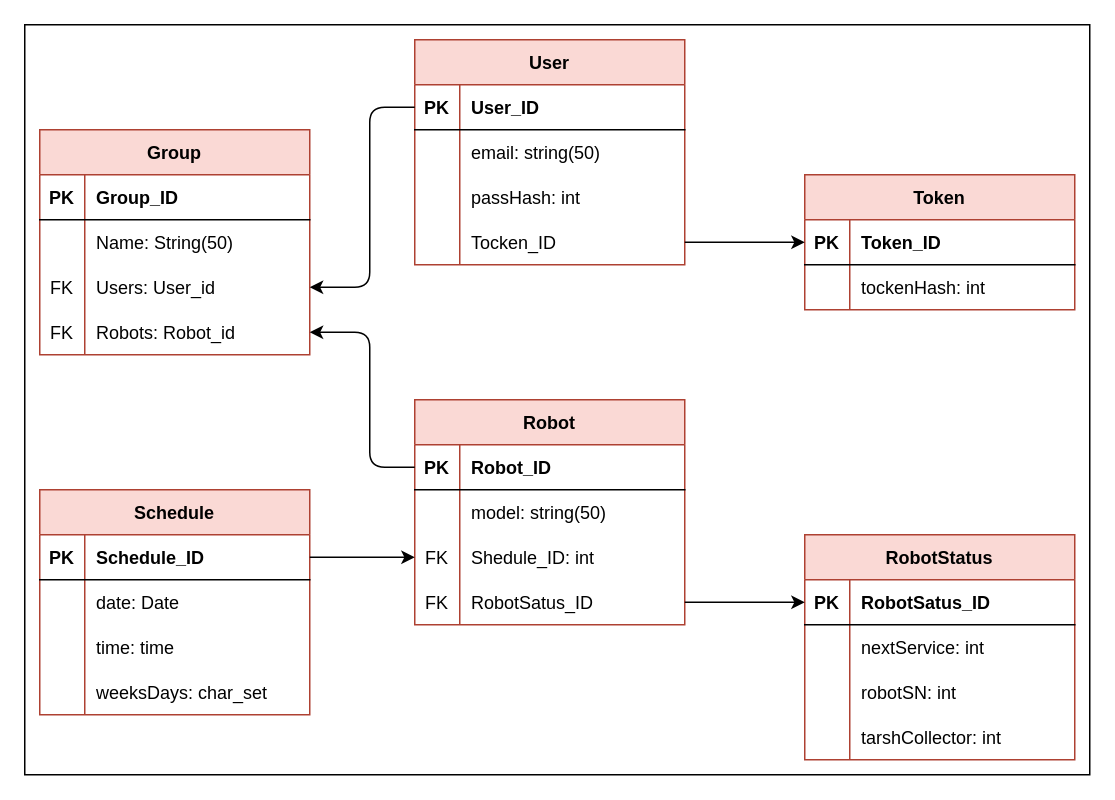
This is Lesson_11/HWMRK_11/ERD.drawio from MuckeSindZart/Be_Smart_with_ArchSoft_GB, a draw.io file, before an edit. Source tidied: cells renumbered, new cells numbered last; positions are measured from the earlier drawing's top-left corner, leaving out a move shared by most shapes. Both pictures are drawn from the tidied source at 150%, with x=0, y=0 at pixel (24, 24).
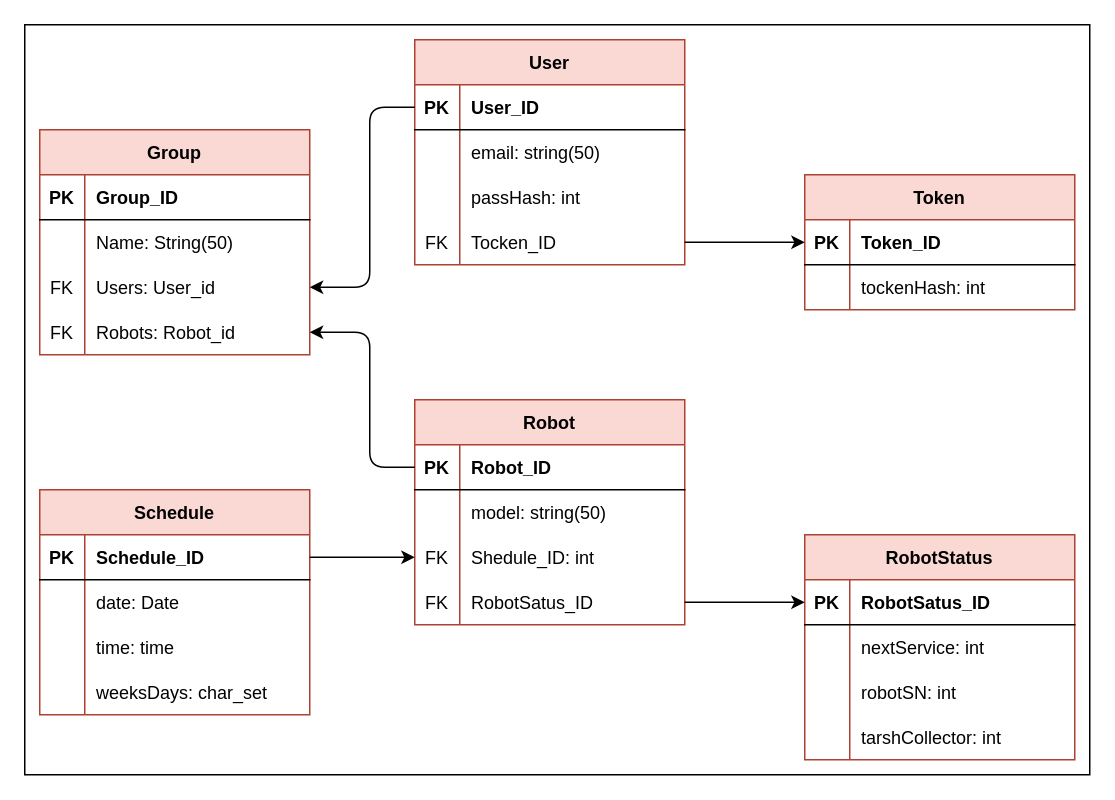
The same diagram, later.

Unchanged cells that the change refers to:
```xml
<mxCell id="13" style="shape=tableRow;horizontal=0;startSize=0;swimlaneHead=0;swimlaneBody=0;fillColor=none;points=[[0,0.5],[1,0.5]];portConstraint=eastwest;top=0;left=0;right=0;bottom=0;" parent="3" vertex="1">
  <mxGeometry y="120" width="180" height="30" as="geometry" />
</mxCell>
```

Change to the diagram source:
```diff
@@
-    <mxCell id="14" style="shape=partialRectangle;fillColor=none;top=0;left=0;bottom=0;right=0;overflow=hidden;" parent="13" vertex="1">
+    <mxCell id="14" value="FK" style="shape=partialRectangle;fillColor=none;top=0;left=0;bottom=0;right=0;overflow=hidden;" parent="13" vertex="1">
       <mxGeometry width="30" height="30" as="geometry" />
     </mxCell>
```
